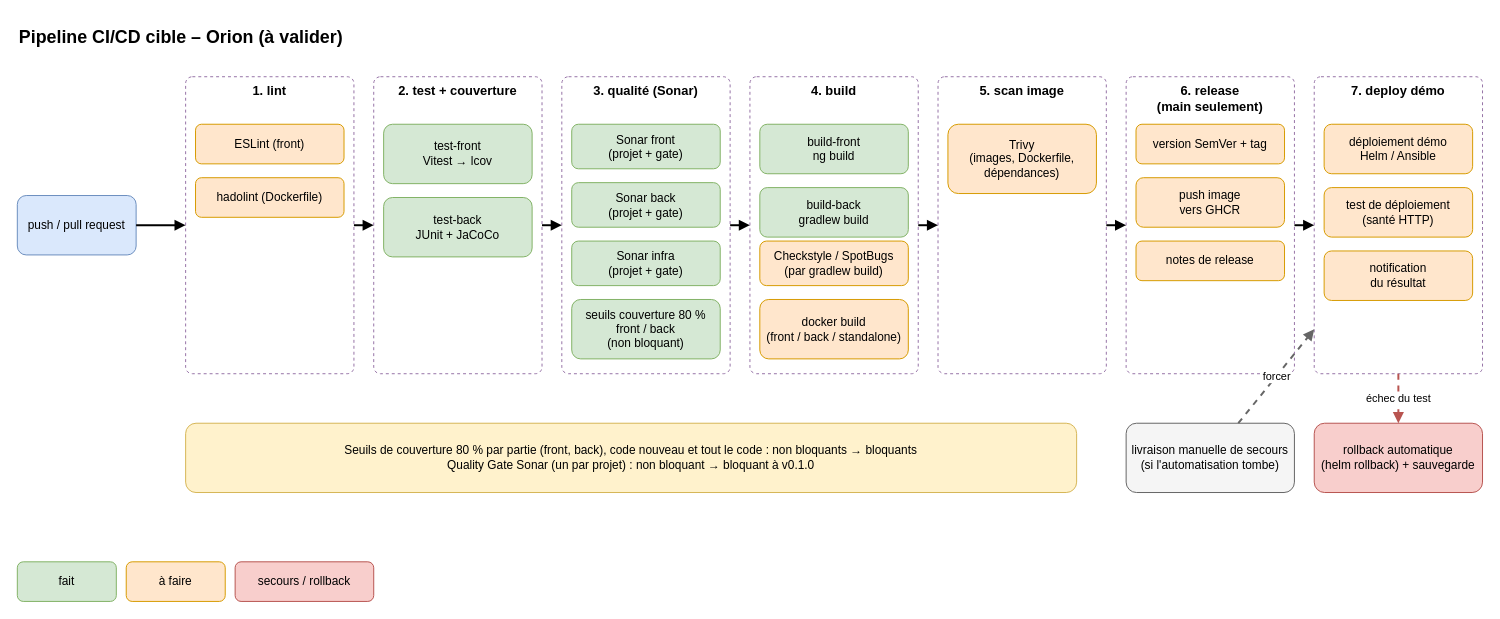
Before: docs/livrables/schema_pipeline_ci_cd.drawio in denoyela-4913/dev-project-06-orion, a draw.io diagram. Source tidied: cells renumbered, new cells numbered last; positions are measured from the earlier drawing's top-left corner, leaving out a move shared by most shapes. Both pictures are drawn from the tidied source at 99%, with x=0, y=0 at pixel (17, 17).
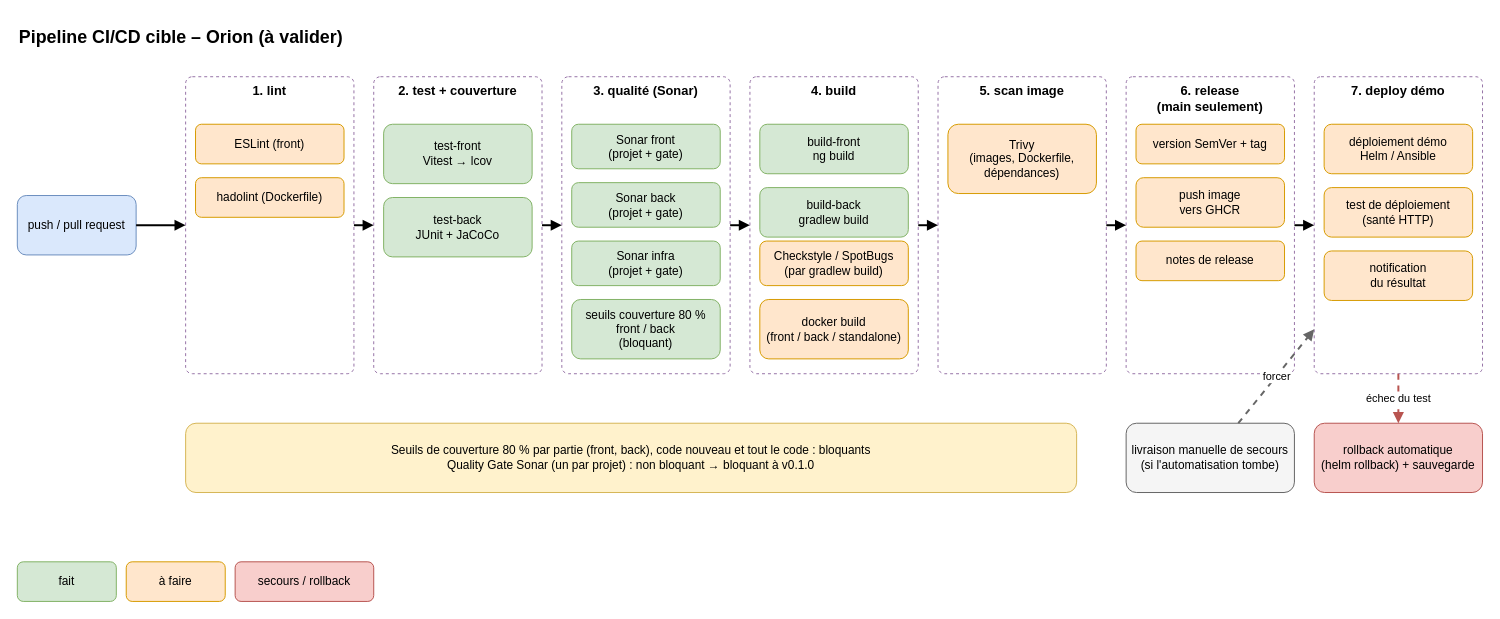
The same page after the edit.

Diff of the diagram source:
```diff
@@
-    <mxCell id="16" value="seuils couverture 80 %&#10;front / back&#10;(non bloquant)" style="rounded=1;whiteSpace=wrap;html=1;fillColor=#d5e8d4;strokeColor=#82b366;" parent="1" vertex="1">
+    <mxCell id="16" value="seuils couverture 80 %&#10;front / back&#10;(bloquant)" style="rounded=1;whiteSpace=wrap;html=1;fillColor=#d5e8d4;strokeColor=#82b366;" parent="1" vertex="1">
       <mxGeometry x="560" y="285" width="150" height="60" as="geometry" />
     </mxCell>
@@
-    <mxCell id="41" value="Seuils de couverture 80 % par partie (front, back), code nouveau et tout le code : non bloquants → bloquants&#10;Quality Gate Sonar (un par projet) : non bloquant → bloquant à v0.1.0" style="rounded=1;whiteSpace=wrap;html=1;fillColor=#fff2cc;strokeColor=#d6b656;" parent="1" vertex="1">
+    <mxCell id="41" value="Seuils de couverture 80 % par partie (front, back), code nouveau et tout le code : bloquants&#10;Quality Gate Sonar (un par projet) : non bloquant → bloquant à v0.1.0" style="rounded=1;whiteSpace=wrap;html=1;fillColor=#fff2cc;strokeColor=#d6b656;" parent="1" vertex="1">
       <mxGeometry x="170" y="410" width="900" height="70" as="geometry" />
     </mxCell>
```
